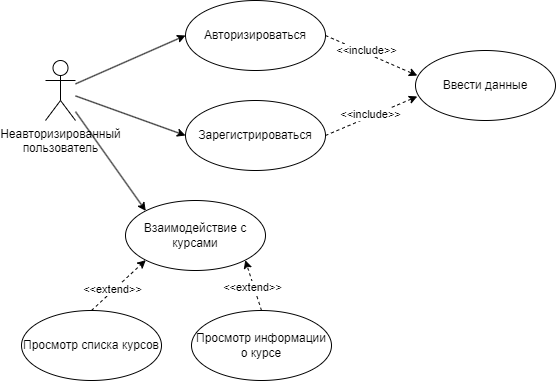
Earlier version of the draw.io export diagrams/Диаграммы прецедентов (Use case diagrams)/Диаграмма прецедентов (unauthorized user).png (sahland/9.5-Team). Source tidied: cells renumbered, new cells last; positions are measured from the earlier drawing's top-left corner, leaving out a move shared by most shapes. Its diagram source:
```xml
<mxGraphModel>
  <root>
    <mxCell id="0" />
    <mxCell id="1" parent="0" />
    <mxCell id="2" style="rounded=0;jettySize=auto;html=1;entryX=0;entryY=0.5;entryDx=0;entryDy=0;" parent="1" edge="1" source="5" target="8">
      <mxGeometry relative="1" as="geometry" />
    </mxCell>
    <mxCell id="3" style="rounded=0;jettySize=auto;html=1;entryX=0;entryY=0.5;entryDx=0;entryDy=0;" parent="1" edge="1" source="5" target="11">
      <mxGeometry relative="1" as="geometry" />
    </mxCell>
    <mxCell id="4" style="rounded=0;jettySize=auto;html=1;entryX=0;entryY=0;entryDx=0;entryDy=0;" parent="1" edge="1" source="5" target="13">
      <mxGeometry relative="1" as="geometry" />
    </mxCell>
    <mxCell id="5" value="Неавторизированный&lt;div&gt;пользователь&lt;/div&gt;" style="shape=umlActor;verticalLabelPosition=bottom;verticalAlign=top;html=1;" parent="1" vertex="1">
      <mxGeometry x="24" y="60" width="30" height="60" as="geometry" />
    </mxCell>
    <mxCell id="6" style="rounded=0;jettySize=auto;html=1;exitX=1;exitY=0.5;exitDx=0;exitDy=0;entryX=0.013;entryY=0.358;entryDx=0;entryDy=0;dashed=1;entryPerimeter=0;" parent="1" edge="1" source="8" target="12">
      <mxGeometry relative="1" as="geometry" />
    </mxCell>
    <mxCell id="7" value="&amp;lt;&amp;lt;include&amp;gt;&amp;gt;" style="edgeLabel;html=1;align=center;verticalAlign=middle;" parent="6" vertex="1">
      <mxGeometry x="-0.15" y="3" relative="1" as="geometry" />
    </mxCell>
    <mxCell id="8" value="Авторизироваться" style="ellipse;whiteSpace=wrap;html=1;" parent="1" vertex="1">
      <mxGeometry x="164" width="140" height="70" as="geometry" />
    </mxCell>
    <mxCell id="9" style="rounded=0;jettySize=auto;html=1;exitX=1;exitY=0.5;exitDx=0;exitDy=0;entryX=0.013;entryY=0.657;entryDx=0;entryDy=0;dashed=1;entryPerimeter=0;" parent="1" edge="1" source="11" target="12">
      <mxGeometry relative="1" as="geometry" />
    </mxCell>
    <mxCell id="10" value="&amp;lt;&amp;lt;include&amp;gt;&amp;gt;" style="edgeLabel;html=1;align=center;verticalAlign=middle;" parent="9" vertex="1">
      <mxGeometry x="-0.02" y="2" relative="1" as="geometry" />
    </mxCell>
    <mxCell id="11" value="Зарегистрироваться" style="ellipse;whiteSpace=wrap;html=1;" parent="1" vertex="1">
      <mxGeometry x="164" y="100" width="140" height="70" as="geometry" />
    </mxCell>
    <mxCell id="12" value="Ввести данные" style="ellipse;whiteSpace=wrap;html=1;" parent="1" vertex="1">
      <mxGeometry x="394" y="50" width="140" height="70" as="geometry" />
    </mxCell>
    <mxCell id="13" value="Взаимодействие с курсами" style="ellipse;whiteSpace=wrap;html=1;" parent="1" vertex="1">
      <mxGeometry x="104" y="200" width="140" height="70" as="geometry" />
    </mxCell>
    <mxCell id="14" style="rounded=0;jettySize=auto;html=1;exitX=0.5;exitY=0;exitDx=0;exitDy=0;entryX=0;entryY=1;entryDx=0;entryDy=0;dashed=1;" parent="1" edge="1" source="16" target="13">
      <mxGeometry relative="1" as="geometry" />
    </mxCell>
    <mxCell id="15" value="&amp;lt;&amp;lt;extend&amp;gt;&amp;gt;" style="edgeLabel;html=1;align=center;verticalAlign=middle;" parent="14" vertex="1">
      <mxGeometry x="-0.21" y="1" relative="1" as="geometry" />
    </mxCell>
    <mxCell id="16" value="Просмотр списка курсов" style="ellipse;whiteSpace=wrap;html=1;" parent="1" vertex="1">
      <mxGeometry y="310" width="140" height="70" as="geometry" />
    </mxCell>
    <mxCell id="17" style="rounded=0;jettySize=auto;html=1;exitX=0.5;exitY=0;exitDx=0;exitDy=0;entryX=1;entryY=1;entryDx=0;entryDy=0;dashed=1;" parent="1" edge="1" source="19" target="13">
      <mxGeometry relative="1" as="geometry" />
    </mxCell>
    <mxCell id="18" value="&amp;lt;&amp;lt;extend&amp;gt;&amp;gt;" style="edgeLabel;html=1;align=center;verticalAlign=middle;" parent="17" vertex="1">
      <mxGeometry x="-0.07" y="2" relative="1" as="geometry" />
    </mxCell>
    <mxCell id="19" value="Просмотр информации о курсе" style="ellipse;whiteSpace=wrap;html=1;" parent="1" vertex="1">
      <mxGeometry x="170" y="310" width="140" height="70" as="geometry" />
    </mxCell>
  </root>
</mxGraphModel>
```
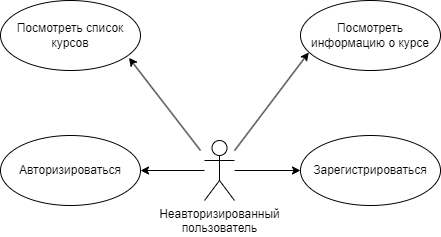
After the commit.

What changed in the source:
```diff
@@ -2,59 +2,34 @@
   <root>
     <mxCell id="0" />
     <mxCell id="1" parent="0" />
-    <mxCell id="2" style="rounded=0;jettySize=auto;html=1;entryX=0;entryY=0.5;entryDx=0;entryDy=0;" parent="1" edge="1" source="5" target="8">
+    <mxCell id="2" style="rounded=0;jettySize=auto;html=1;entryX=1;entryY=0.5;entryDx=0;entryDy=0;" parent="1" edge="1" source="5" target="8">
       <mxGeometry relative="1" as="geometry" />
     </mxCell>
     <mxCell id="3" style="rounded=0;jettySize=auto;html=1;entryX=0;entryY=0.5;entryDx=0;entryDy=0;" parent="1" edge="1" source="5" target="11">
       <mxGeometry relative="1" as="geometry" />
     </mxCell>
-    <mxCell id="4" style="rounded=0;jettySize=auto;html=1;entryX=0;entryY=0;entryDx=0;entryDy=0;" parent="1" edge="1" source="5" target="13">
+    <mxCell id="4" style="rounded=0;jettySize=auto;html=1;entryX=0.059;entryY=0.742;entryDx=0;entryDy=0;entryPerimeter=0;" parent="1" edge="1" source="5" target="19">
       <mxGeometry relative="1" as="geometry" />
     </mxCell>
     <mxCell id="5" value="Неавторизированный&lt;div&gt;пользователь&lt;/div&gt;" style="shape=umlActor;verticalLabelPosition=bottom;verticalAlign=top;html=1;" parent="1" vertex="1">
-      <mxGeometry x="24" y="60" width="30" height="60" as="geometry" />
+      <mxGeometry x="304" y="270" width="30" height="60" as="geometry" />
     </mxCell>
-    <mxCell id="6" style="rounded=0;jettySize=auto;html=1;exitX=1;exitY=0.5;exitDx=0;exitDy=0;entryX=0.013;entryY=0.358;entryDx=0;entryDy=0;dashed=1;entryPerimeter=0;" parent="1" edge="1" source="8" target="12">
-      <mxGeometry relative="1" as="geometry" />
-    </mxCell>
-    <mxCell id="7" value="&amp;lt;&amp;lt;include&amp;gt;&amp;gt;" style="edgeLabel;html=1;align=center;verticalAlign=middle;" parent="6" vertex="1">
-      <mxGeometry x="-0.15" y="3" relative="1" as="geometry" />
-    </mxCell>
     <mxCell id="8" value="Авторизироваться" style="ellipse;whiteSpace=wrap;html=1;" parent="1" vertex="1">
-      <mxGeometry x="164" width="140" height="70" as="geometry" />
+      <mxGeometry x="100" y="265" width="140" height="70" as="geometry" />
     </mxCell>
-    <mxCell id="9" style="rounded=0;jettySize=auto;html=1;exitX=1;exitY=0.5;exitDx=0;exitDy=0;entryX=0.013;entryY=0.657;entryDx=0;entryDy=0;dashed=1;entryPerimeter=0;" parent="1" edge="1" source="11" target="12">
-      <mxGeometry relative="1" as="geometry" />
-    </mxCell>
-    <mxCell id="10" value="&amp;lt;&amp;lt;include&amp;gt;&amp;gt;" style="edgeLabel;html=1;align=center;verticalAlign=middle;" parent="9" vertex="1">
-      <mxGeometry x="-0.02" y="2" relative="1" as="geometry" />
-    </mxCell>
     <mxCell id="11" value="Зарегистрироваться" style="ellipse;whiteSpace=wrap;html=1;" parent="1" vertex="1">
-      <mxGeometry x="164" y="100" width="140" height="70" as="geometry" />
+      <mxGeometry x="400" y="265" width="140" height="70" as="geometry" />
     </mxCell>
-    <mxCell id="12" value="Ввести данные" style="ellipse;whiteSpace=wrap;html=1;" parent="1" vertex="1">
-      <mxGeometry x="394" y="50" width="140" height="70" as="geometry" />
-    </mxCell>
-    <mxCell id="13" value="Взаимодействие с курсами" style="ellipse;whiteSpace=wrap;html=1;" parent="1" vertex="1">
-      <mxGeometry x="104" y="200" width="140" height="70" as="geometry" />
-    </mxCell>
-    <mxCell id="14" style="rounded=0;jettySize=auto;html=1;exitX=0.5;exitY=0;exitDx=0;exitDy=0;entryX=0;entryY=1;entryDx=0;entryDy=0;dashed=1;" parent="1" edge="1" source="16" target="13">
-      <mxGeometry relative="1" as="geometry" />
-    </mxCell>
-    <mxCell id="15" value="&amp;lt;&amp;lt;extend&amp;gt;&amp;gt;" style="edgeLabel;html=1;align=center;verticalAlign=middle;" parent="14" vertex="1">
-      <mxGeometry x="-0.21" y="1" relative="1" as="geometry" />
-    </mxCell>
-    <mxCell id="16" value="Просмотр списка курсов" style="ellipse;whiteSpace=wrap;html=1;" parent="1" vertex="1">
-      <mxGeometry y="310" width="140" height="70" as="geometry" />
+    <mxCell id="16" value="Посмотреть список курсов" style="ellipse;whiteSpace=wrap;html=1;" parent="1" vertex="1">
+      <mxGeometry x="100" y="130" width="140" height="70" as="geometry" />
     </mxCell>
-    <mxCell id="17" style="rounded=0;jettySize=auto;html=1;exitX=0.5;exitY=0;exitDx=0;exitDy=0;entryX=1;entryY=1;entryDx=0;entryDy=0;dashed=1;" parent="1" edge="1" source="19" target="13">
-      <mxGeometry relative="1" as="geometry" />
-    </mxCell>
-    <mxCell id="18" value="&amp;lt;&amp;lt;extend&amp;gt;&amp;gt;" style="edgeLabel;html=1;align=center;verticalAlign=middle;" parent="17" vertex="1">
-      <mxGeometry x="-0.07" y="2" relative="1" as="geometry" />
-    </mxCell>
-    <mxCell id="19" value="Просмотр информации о курсе" style="ellipse;whiteSpace=wrap;html=1;" parent="1" vertex="1">
-      <mxGeometry x="170" y="310" width="140" height="70" as="geometry" />
+    <mxCell id="19" value="Посмотреть информацию о курсе" style="ellipse;whiteSpace=wrap;html=1;" parent="1" vertex="1">
+      <mxGeometry x="400" y="130" width="140" height="70" as="geometry" />
     </mxCell>
+    <mxCell id="20" style="rounded=0;jettySize=auto;html=1;entryX=0.917;entryY=0.818;entryDx=0;entryDy=0;entryPerimeter=0;" parent="1" edge="1" target="16">
+      <mxGeometry relative="1" as="geometry">
+        <mxPoint x="300" y="280" as="sourcePoint" />
+      </mxGeometry>
+    </mxCell>
   </root>
 </mxGraphModel>
```
